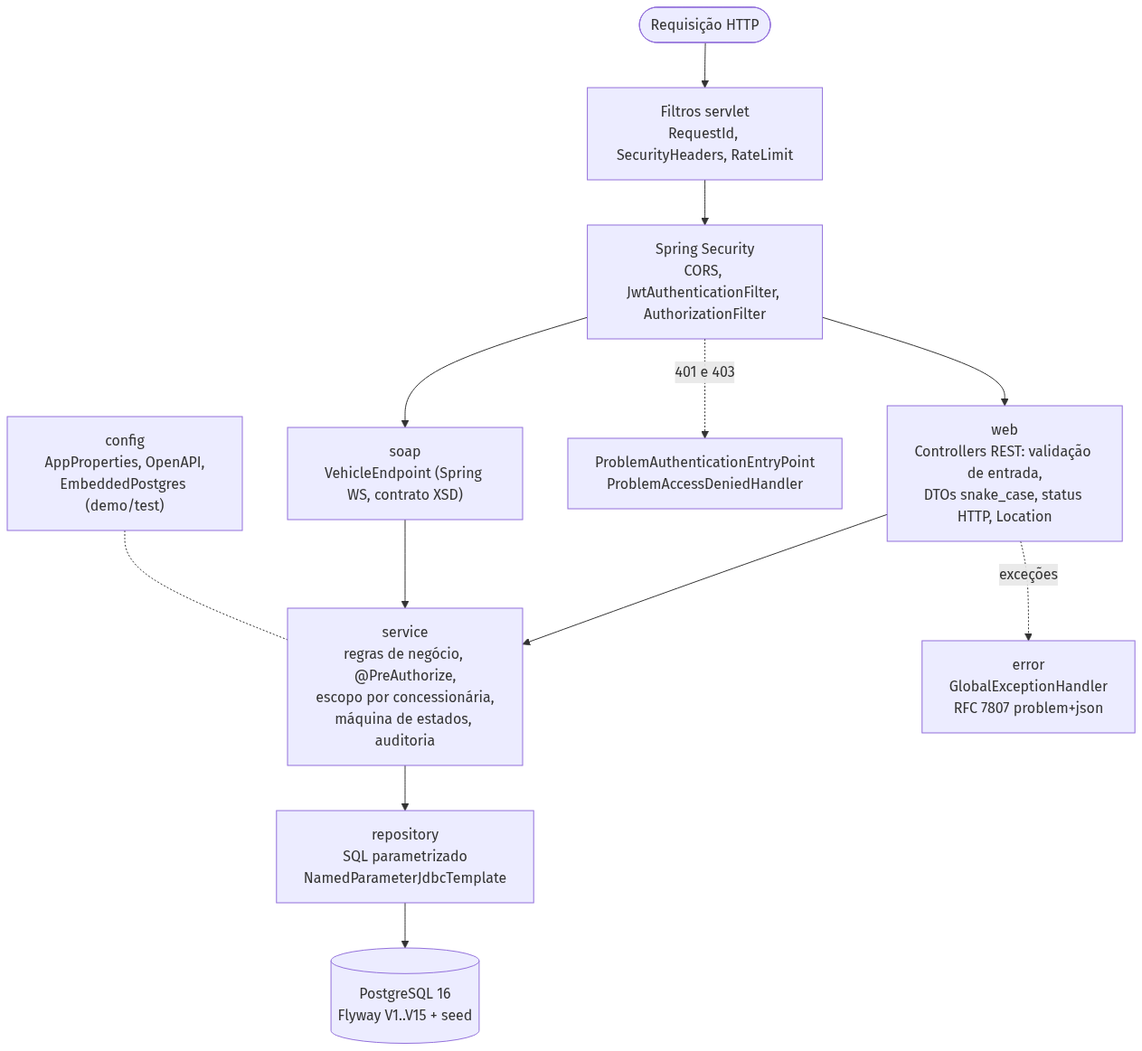
Above: docs/img/02-camadas.png in fwd-ford/forward-api-java (Mermaid), before the change. Its source is kept beside it as docs/diagrams/02-camadas.mmd.
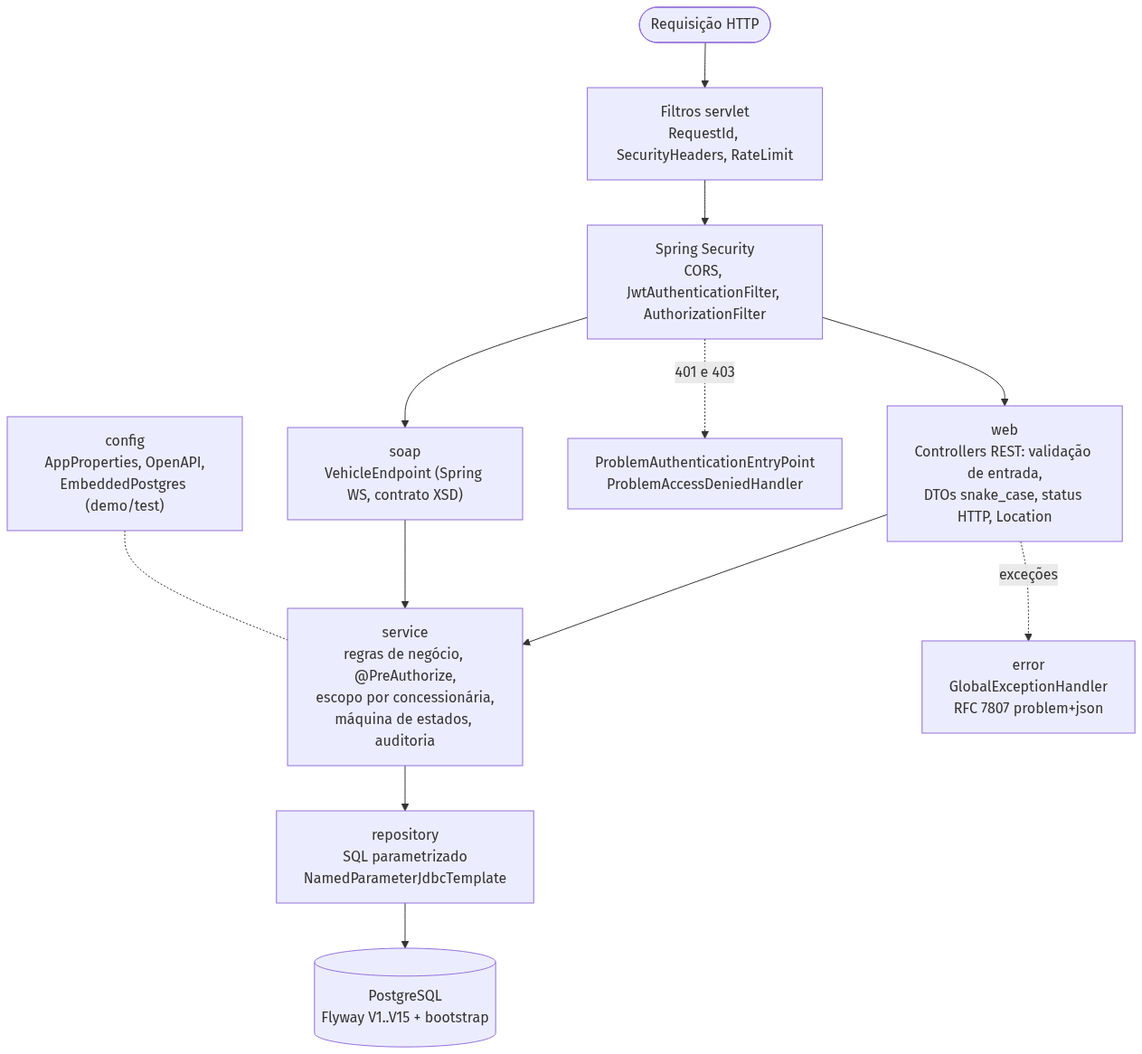
The same diagram one commit later.

Change to the diagram source:
```diff
@@ -6,7 +6,7 @@
   CTRL --> SVC["service<br/>regras de negócio, @PreAuthorize,<br/>escopo por concessionária,<br/>máquina de estados, auditoria"]
   SOAP --> SVC
   SVC --> REPO["repository<br/>SQL parametrizado<br/>NamedParameterJdbcTemplate"]
-  REPO --> DB[("PostgreSQL 16<br/>Flyway V1..V15 + seed")]
+  REPO --> DB[("PostgreSQL<br/>Flyway V1..V15 + bootstrap")]
   CTRL -. exceções .-> ERR["error<br/>GlobalExceptionHandler<br/>RFC 7807 problem+json"]
   SEC -. "401 e 403" .-> EP["ProblemAuthenticationEntryPoint<br/>ProblemAccessDeniedHandler"]
   CFG["config<br/>AppProperties, OpenAPI,<br/>EmbeddedPostgres (demo/test)"] -.- SVC
```
